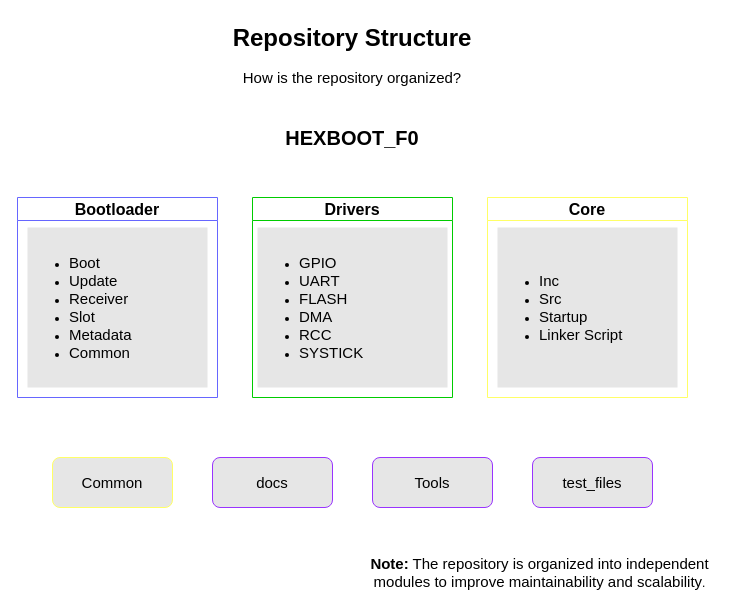
brajogopal/HEXBOOT_F0 keeps this draw.io diagram as page "01 - Repository structure" (1 of 9) of docs/Architecture.drawio. Above is the earlier version. Source tidied: cells renumbered, new cells numbered last; positions are measured from the earlier drawing's top-left corner, leaving out a move shared by most shapes. Both pictures are drawn from the tidied source at 100%, with x=0, y=0 at pixel (17, 17).
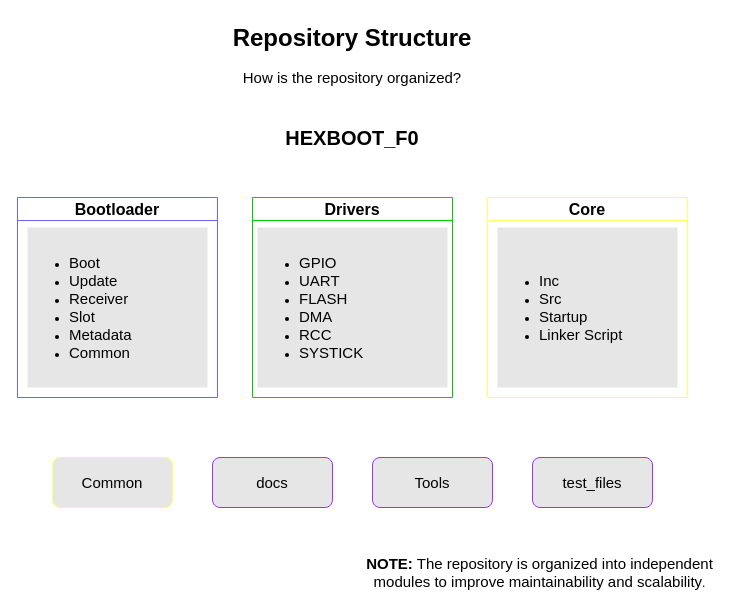
The same page after the edit.

What changed in the source:
```diff
@@
 <mxGraphModel>
   <root>
     <mxCell id="0" />
     <mxCell id="1" parent="0" />
     <mxCell id="2" value="&lt;h1 style=&quot;margin-top: 0px;&quot;&gt;Repository Structure&lt;/h1&gt;&lt;p&gt;&lt;font style=&quot;font-size: 15px;&quot;&gt;How is the repository organized?&lt;/font&gt;&lt;/p&gt;" style="text;html=1;whiteSpace=wrap;overflow=hidden;rounded=0;align=center;" parent="1" vertex="1">
       <mxGeometry x="50" width="570" height="100" as="geometry" />
     </mxCell>
     <mxCell id="3" value="&lt;font style=&quot;font-size: 20px;&quot;&gt;&lt;b style=&quot;&quot;&gt;HEXBOOT_F0&lt;/b&gt;&lt;/font&gt;" style="text;html=1;whiteSpace=wrap;strokeColor=none;fillColor=none;align=center;verticalAlign=middle;rounded=0;" parent="1" vertex="1">
       <mxGeometry x="255" y="100" width="160" height="40" as="geometry" />
     </mxCell>
     <mxCell id="4" value="&lt;font style=&quot;font-size: 16px;&quot;&gt;Bootloader&lt;/font&gt;" style="swimlane;whiteSpace=wrap;html=1;strokeColor=#6666FF;" parent="1" vertex="1">
       <mxGeometry y="180" width="200" height="200" as="geometry" />
     </mxCell>
     <mxCell id="5" value="&lt;font style=&quot;font-size: 16px;&quot;&gt;Drivers&lt;/font&gt;" style="swimlane;whiteSpace=wrap;html=1;strokeColor=#00CC00;" parent="1" vertex="1">
       <mxGeometry x="235" y="180" width="200" height="200" as="geometry" />
     </mxCell>
     <mxCell id="6" value="&lt;font style=&quot;font-size: 16px;&quot;&gt;Core&lt;/font&gt;" style="swimlane;whiteSpace=wrap;html=1;startSize=23;strokeColor=#FFFF66;" parent="1" vertex="1">
       <mxGeometry x="470" y="180" width="200" height="200" as="geometry" />
     </mxCell>
     <mxCell id="7" value="&lt;ul&gt;&lt;li style=&quot;&quot;&gt;&lt;span style=&quot;font-size: 15px;&quot;&gt;Boot&lt;/span&gt;&lt;/li&gt;&lt;li style=&quot;&quot;&gt;&lt;span style=&quot;font-size: 15px;&quot;&gt;Update&lt;/span&gt;&lt;/li&gt;&lt;li style=&quot;&quot;&gt;&lt;span style=&quot;font-size: 15px;&quot;&gt;Receiver&lt;/span&gt;&lt;/li&gt;&lt;li style=&quot;&quot;&gt;&lt;span style=&quot;font-size: 15px;&quot;&gt;Slot&lt;/span&gt;&lt;/li&gt;&lt;li style=&quot;&quot;&gt;&lt;span style=&quot;font-size: 15px;&quot;&gt;Metadata&lt;/span&gt;&lt;/li&gt;&lt;li&gt;&lt;span style=&quot;background-color: transparent; color: light-dark(rgb(0, 0, 0), rgb(255, 255, 255)); font-size: 15px;&quot;&gt;Common&lt;/span&gt;&lt;/li&gt;&lt;/ul&gt;" style="text;html=1;whiteSpace=wrap;strokeColor=none;fillColor=#E6E6E6;align=left;verticalAlign=middle;rounded=0;" parent="1" vertex="1">
       <mxGeometry x="10" y="210" width="180" height="160" as="geometry" />
     </mxCell>
     <mxCell id="8" value="&lt;ul&gt;&lt;li&gt;&lt;font style=&quot;font-size: 15px;&quot;&gt;GPIO&lt;/font&gt;&lt;/li&gt;&lt;li&gt;&lt;font style=&quot;font-size: 15px;&quot;&gt;UART&lt;/font&gt;&lt;/li&gt;&lt;li&gt;&lt;font style=&quot;font-size: 15px;&quot;&gt;FLASH&lt;/font&gt;&lt;/li&gt;&lt;li&gt;&lt;font style=&quot;font-size: 15px;&quot;&gt;DMA&lt;/font&gt;&lt;/li&gt;&lt;li&gt;&lt;font style=&quot;font-size: 15px;&quot;&gt;RCC&lt;/font&gt;&lt;/li&gt;&lt;li&gt;&lt;font style=&quot;font-size: 15px;&quot;&gt;SYSTICK&lt;/font&gt;&lt;/li&gt;&lt;/ul&gt;" style="text;html=1;whiteSpace=wrap;strokeColor=none;fillColor=#E6E6E6;align=left;verticalAlign=middle;rounded=0;" parent="1" vertex="1">
       <mxGeometry x="240" y="210" width="190" height="160" as="geometry" />
     </mxCell>
     <mxCell id="9" value="&lt;ul&gt;&lt;li&gt;&lt;font style=&quot;font-size: 15px;&quot;&gt;Inc&lt;/font&gt;&lt;/li&gt;&lt;li&gt;&lt;font style=&quot;font-size: 15px;&quot;&gt;Src&lt;/font&gt;&lt;/li&gt;&lt;li&gt;&lt;font style=&quot;font-size: 15px;&quot;&gt;Startup&lt;/font&gt;&lt;/li&gt;&lt;li&gt;&lt;font style=&quot;font-size: 15px;&quot;&gt;Linker Script&lt;/font&gt;&lt;/li&gt;&lt;/ul&gt;" style="text;html=1;whiteSpace=wrap;strokeColor=none;fillColor=#E6E6E6;align=left;verticalAlign=middle;rounded=0;" parent="1" vertex="1">
       <mxGeometry x="480" y="210" width="180" height="160" as="geometry" />
     </mxCell>
     <mxCell id="10" value="&lt;font style=&quot;font-size: 15px;&quot;&gt;Common&lt;/font&gt;" style="rounded=1;whiteSpace=wrap;html=1;fillColor=#E6E6E6;strokeColor=#FFFF66;" parent="1" vertex="1">
       <mxGeometry x="35" y="440" width="120" height="50" as="geometry" />
     </mxCell>
     <mxCell id="11" value="&lt;font style=&quot;font-size: 15px;&quot;&gt;docs&lt;/font&gt;" style="rounded=1;whiteSpace=wrap;html=1;strokeColor=#9933FF;fillColor=#E6E6E6;" parent="1" vertex="1">
       <mxGeometry x="195" y="440" width="120" height="50" as="geometry" />
     </mxCell>
     <mxCell id="12" value="&lt;font style=&quot;font-size: 15px;&quot;&gt;Tools&lt;/font&gt;" style="rounded=1;whiteSpace=wrap;html=1;strokeColor=#9933FF;fillColor=#E6E6E6;" parent="1" vertex="1">
       <mxGeometry x="355" y="440" width="120" height="50" as="geometry" />
     </mxCell>
     <mxCell id="13" value="&lt;font style=&quot;font-size: 15px;&quot;&gt;test_files&lt;/font&gt;" style="rounded=1;whiteSpace=wrap;html=1;strokeColor=#9933FF;fillColor=#E6E6E6;" parent="1" vertex="1">
       <mxGeometry x="515" y="440" width="120" height="50" as="geometry" />
     </mxCell>
-    <mxCell id="14" value="&lt;font style=&quot;font-size: 15px;&quot;&gt;&lt;strong style=&quot;&quot;&gt;Note:&lt;/strong&gt; The repository is organized into independent modules to improve maintainability and scalability&lt;/font&gt;." style="text;html=1;whiteSpace=wrap;strokeColor=none;fillColor=none;align=center;verticalAlign=middle;rounded=0;" parent="1" vertex="1">
+    <mxCell id="14" value="&lt;font style=&quot;font-size: 15px;&quot;&gt;&lt;strong style=&quot;&quot;&gt;NOTE:&lt;/strong&gt; The repository is organized into independent modules to improve maintainability and scalability&lt;/font&gt;." style="text;html=1;whiteSpace=wrap;strokeColor=none;fillColor=none;align=center;verticalAlign=middle;rounded=0;" parent="1" vertex="1">
       <mxGeometry x="335" y="540" width="375" height="30" as="geometry" />
     </mxCell>
   </root>
 </mxGraphModel>
```
